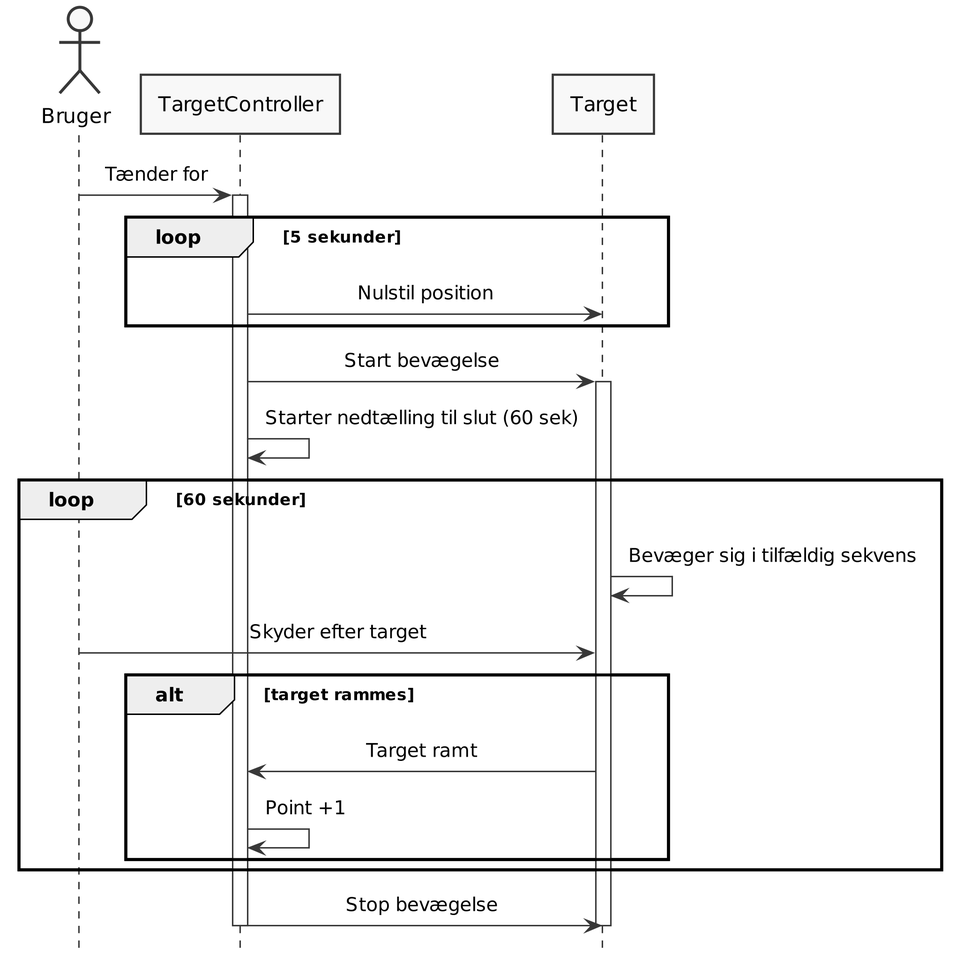
The PlantUML diagram PlantUML/ssd-uc1.png in LasseKrarup/Laser-Tag-Project, before a commit.
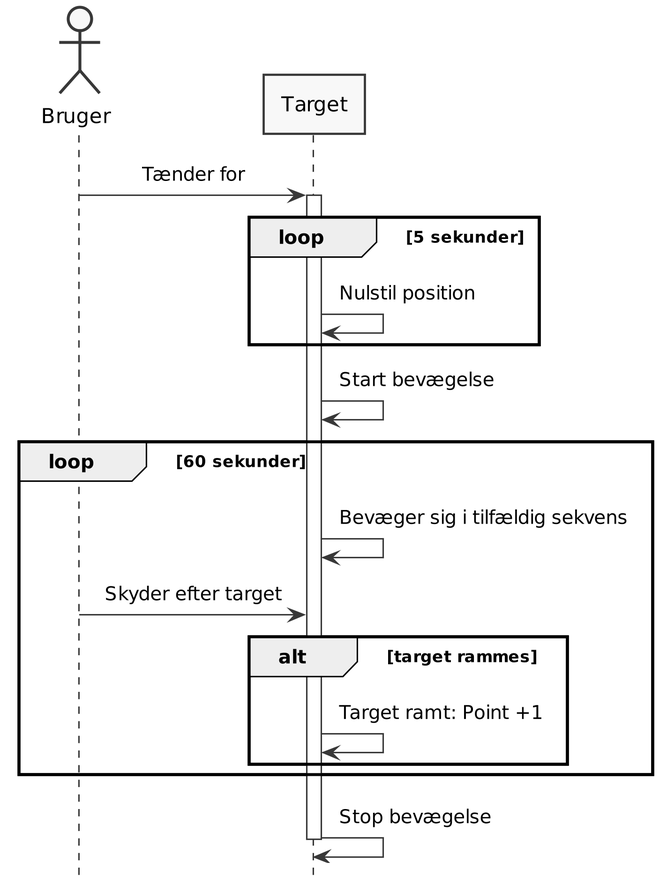
The same diagram one commit later.

Change to the diagram source:
```diff
@@ -12,32 +12,26 @@
 }
 
 actor Bruger as user
-participant "TargetController" as tgtCtrl
 participant "Target" as tgt
 
 
-user -> tgtCtrl: Tænder for
-activate tgtCtrl
+user -> tgt: Tænder for
+activate tgt
 loop 5 sekunder
-    tgtCtrl -> tgt: Nulstil position
+    tgt -> tgt: Nulstil position
 end
-tgtCtrl -> tgt: Start bevægelse
-activate tgt
-
-tgtCtrl -> tgtCtrl: Starter nedtælling til slut (60 sek)
+tgt -> tgt: Start bevægelse
 
 loop 60 sekunder
     tgt -> tgt: Bevæger sig i tilfældig sekvens
     user -> tgt: Skyder efter target
 
     alt target rammes
-        tgtCtrl <- tgt: Target ramt
-        tgtCtrl -> tgtCtrl: Point +1
+        tgt <- tgt: Target ramt: Point +1
     end
 end
 
-tgtCtrl -> tgt: Stop bevægelse
+tgt -> tgt: Stop bevægelse
 deactivate tgt
-deactivate tgtCtrl
 
 @enduml
```
